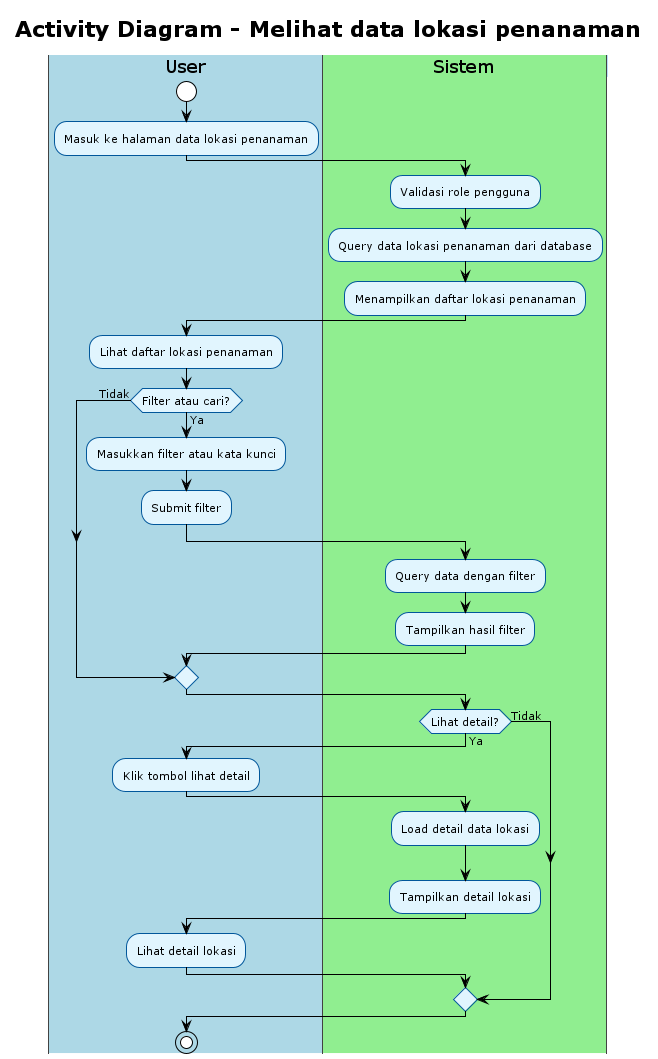
Above: out/uml/activity/Activity new/04_lihat_data_lokasi_penanaman/04_lihat_data_lokasi_penanaman.png in Rifkiwastaken/example-app (PlantUML), before the change. The source it was exported from:
```plantuml
@startuml
!theme plain
skinparam activity {
    BackgroundColor #E1F5FE
    BorderColor #01579B
    FontSize 11
}
skinparam swimlane {
    BackgroundColor #F5F5F5
    BorderColor #424242
    TitleBackgroundColor #BBDEFB
    TitleBorderColor #1976D2
}

title Activity Diagram - Melihat data lokasi penanaman

|#LightBlue|User|
start
:Masuk ke halaman data lokasi penanaman;

|#LightGreen|Sistem|
:Validasi role pengguna;
:Query data lokasi penanaman dari database;
:Menampilkan daftar lokasi penanaman;

|#LightBlue|User|
:Lihat daftar lokasi penanaman;

if (Filter atau cari?) then (Ya)
    |#LightBlue|User|
    :Masukkan filter atau kata kunci;
    :Submit filter;
    |#LightGreen|Sistem|
    :Query data dengan filter;
    :Tampilkan hasil filter;
else (Tidak)
endif

if (Lihat detail?) then (Ya)
    |#LightBlue|User|
    :Klik tombol lihat detail;
    |#LightGreen|Sistem|
    :Load detail data lokasi;
    :Tampilkan detail lokasi;
    |#LightBlue|User|
    :Lihat detail lokasi;
else (Tidak)
endif

stop

@enduml
```
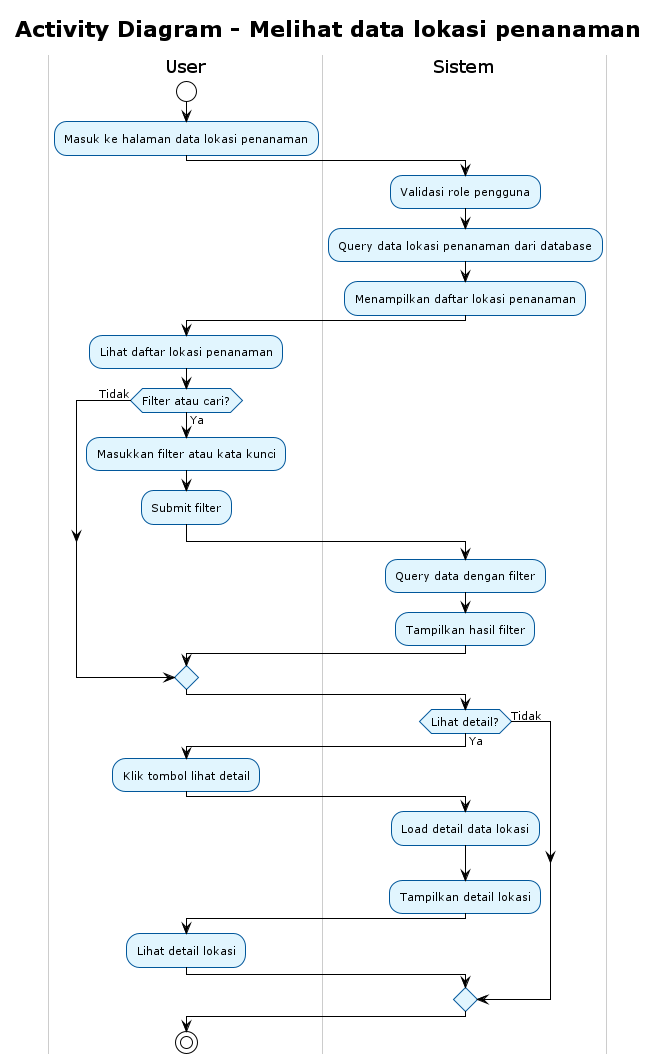
Above is the later version.

Diff of the diagram source:
```diff
@@ -1,48 +1,49 @@
 @startuml
 !theme plain
+skinparam backgroundColor white
 skinparam activity {
     BackgroundColor #E1F5FE
     BorderColor #01579B
     FontSize 11
 }
 skinparam swimlane {
-    BackgroundColor #F5F5F5
-    BorderColor #424242
-    TitleBackgroundColor #BBDEFB
-    TitleBorderColor #1976D2
+    BackgroundColor White
+    BorderColor #CCCCCC
+    TitleBackgroundColor White
+    TitleBorderColor #999999
 }
 
 title Activity Diagram - Melihat data lokasi penanaman
 
-|#LightBlue|User|
+|#White|User|
 start
 :Masuk ke halaman data lokasi penanaman;
 
-|#LightGreen|Sistem|
+|#White|Sistem|
 :Validasi role pengguna;
 :Query data lokasi penanaman dari database;
 :Menampilkan daftar lokasi penanaman;
 
-|#LightBlue|User|
+|#White|User|
 :Lihat daftar lokasi penanaman;
 
 if (Filter atau cari?) then (Ya)
-    |#LightBlue|User|
+    |#White|User|
     :Masukkan filter atau kata kunci;
     :Submit filter;
-    |#LightGreen|Sistem|
+    |#White|Sistem|
     :Query data dengan filter;
     :Tampilkan hasil filter;
 else (Tidak)
 endif
 
 if (Lihat detail?) then (Ya)
-    |#LightBlue|User|
+    |#White|User|
     :Klik tombol lihat detail;
-    |#LightGreen|Sistem|
+    |#White|Sistem|
     :Load detail data lokasi;
     :Tampilkan detail lokasi;
-    |#LightBlue|User|
+    |#White|User|
     :Lihat detail lokasi;
 else (Tidak)
 endif
```
